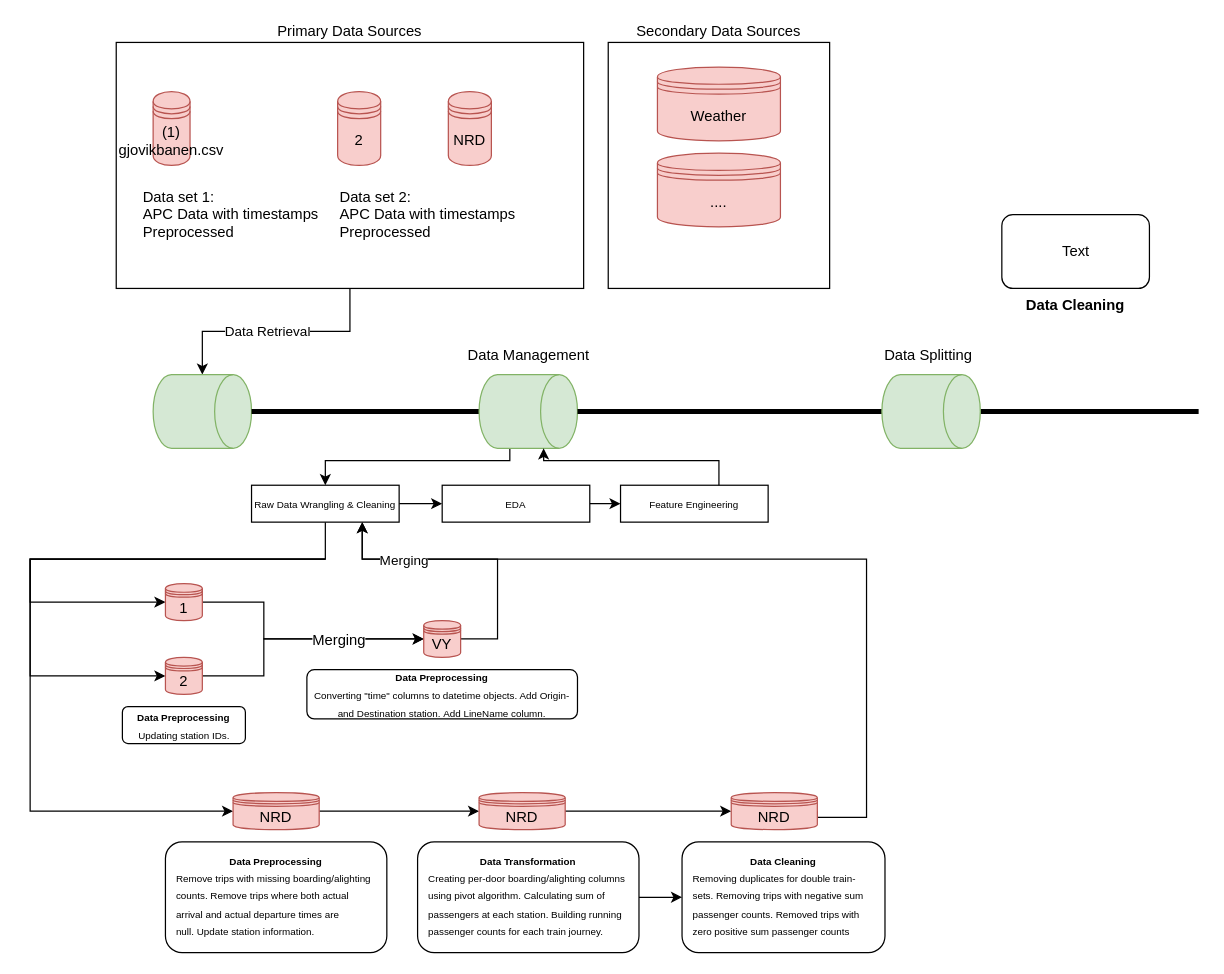
Earlier version of the draw.io diagram page "Pipeline illustreation" (1 of 2) of Untitled Diagram.drawio (andreasolborg/illustrations). Source tidied: cells renumbered, new cells numbered last; positions are measured from the earlier drawing's top-left corner, leaving out a move shared by most shapes. Both pictures are drawn from the tidied source at 123%, with x=0, y=0 at pixel (30, 42).
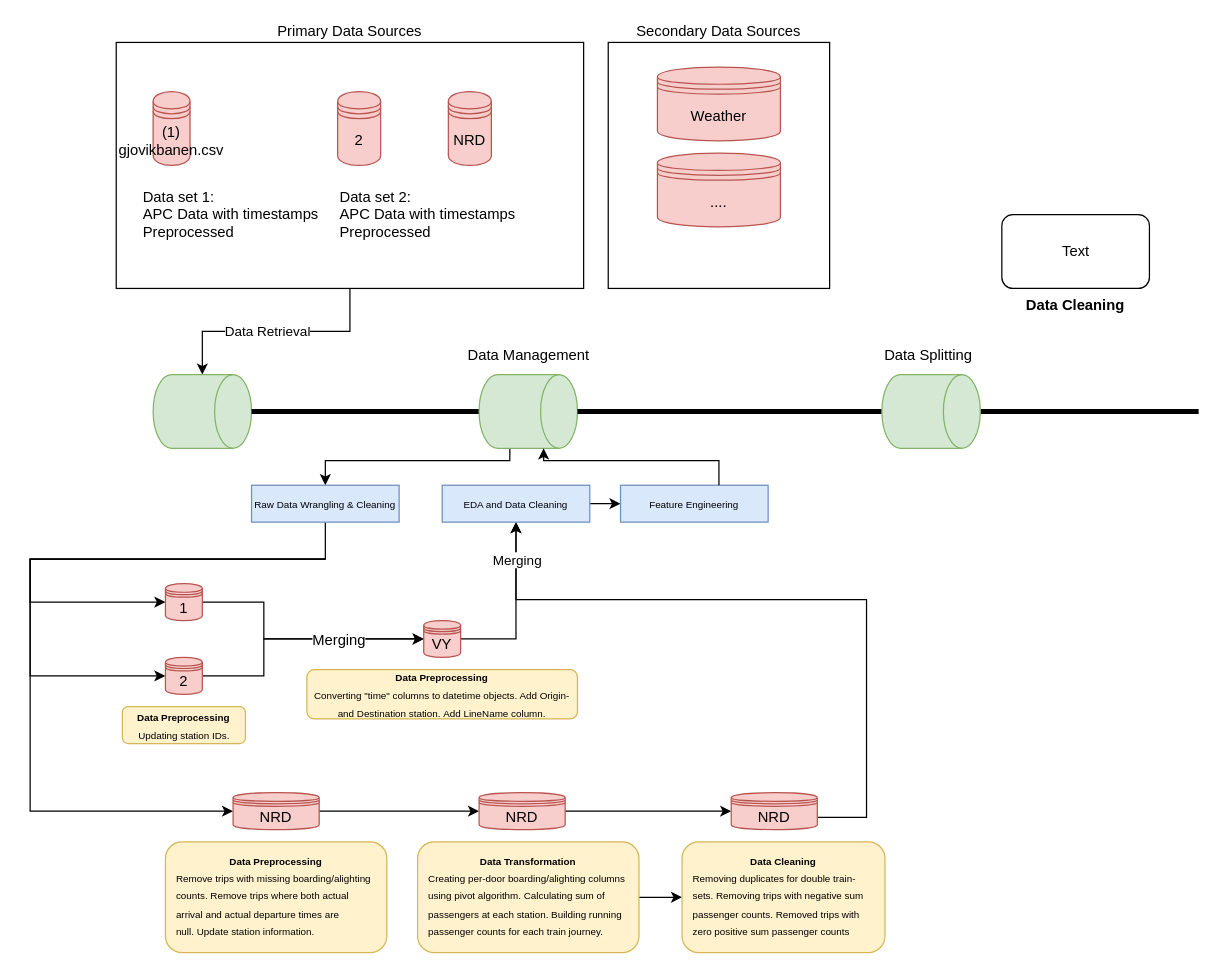
After the change.

The change refers to these unchanged cells:
```xml
<mxCell id="29" value="VY" style="shape=datastore;whiteSpace=wrap;html=1;fillColor=#f8cecc;strokeColor=#b85450;" parent="1" vertex="1">
  <mxGeometry x="320" y="470" width="30" height="30" as="geometry" />
</mxCell>
<mxCell id="46" value="&lt;div&gt;NRD&lt;/div&gt;" style="shape=datastore;whiteSpace=wrap;html=1;fillColor=#f8cecc;strokeColor=#b85450;" parent="1" vertex="1">
  <mxGeometry x="570" y="610" width="70" height="30" as="geometry" />
</mxCell>
```

Diff of the diagram source:
```diff
@@
-    <mxCell id="27" value="&lt;font style=&quot;font-size: 8px;&quot;&gt;&lt;b style=&quot;&quot;&gt;Data Preprocessing&lt;/b&gt;&lt;/font&gt;&lt;div&gt;&lt;div style=&quot;text-align: right;&quot;&gt;&lt;span style=&quot;background-color: transparent; color: light-dark(rgb(0, 0, 0), rgb(255, 255, 255));&quot;&gt;&lt;font style=&quot;font-size: 8px;&quot;&gt;Updating station IDs.&lt;/font&gt;&lt;/span&gt;&lt;/div&gt;&lt;/div&gt;" style="rounded=1;whiteSpace=wrap;html=1;horizontal=1;" parent="1" vertex="1">
+    <mxCell id="27" value="&lt;font style=&quot;font-size: 8px;&quot;&gt;&lt;b style=&quot;&quot;&gt;Data Preprocessing&lt;/b&gt;&lt;/font&gt;&lt;div&gt;&lt;div style=&quot;text-align: right;&quot;&gt;&lt;span style=&quot;background-color: transparent; color: light-dark(rgb(0, 0, 0), rgb(255, 255, 255));&quot;&gt;&lt;font style=&quot;font-size: 8px;&quot;&gt;Updating station IDs.&lt;/font&gt;&lt;/span&gt;&lt;/div&gt;&lt;/div&gt;" style="rounded=1;whiteSpace=wrap;html=1;horizontal=1;fillColor=#fff2cc;strokeColor=#d6b656;" parent="1" vertex="1">
       <mxGeometry x="75" y="540" width="100" height="30" as="geometry" />
     </mxCell>
-    <mxCell id="28" style="edgeStyle=orthogonalEdgeStyle;rounded=0;jettySize=auto;html=1;entryX=0.75;entryY=1;entryDx=0;entryDy=0;flowAnimation=0;jumpStyle=none;" parent="1" edge="1" source="29" target="41">
-      <mxGeometry relative="1" as="geometry">
-        <Array as="points">
-          <mxPoint x="380" y="485" />
-          <mxPoint x="380" y="420" />
-          <mxPoint x="270" y="420" />
-        </Array>
-      </mxGeometry>
-    </mxCell>
+    <mxCell id="55" style="edgeStyle=orthogonalEdgeStyle;rounded=0;jettySize=auto;html=1;exitX=1;exitY=0.5;exitDx=0;exitDy=0;entryX=0.5;entryY=1;entryDx=0;entryDy=0;" parent="1" edge="1" source="29" target="52">
+      <mxGeometry relative="1" as="geometry" />
+    </mxCell>
@@
-    <mxCell id="30" value="&lt;font style=&quot;font-size: 8px;&quot;&gt;&lt;b style=&quot;&quot;&gt;Data Preprocessing&lt;/b&gt;&lt;/font&gt;&lt;div&gt;&lt;div style=&quot;&quot;&gt;&lt;font style=&quot;font-size: 8px;&quot;&gt;Converting &quot;time&quot; columns to datetime objects. Add Origin- and Destination station.&amp;nbsp;&lt;/font&gt;&lt;span style=&quot;font-size: 8px; background-color: transparent; color: light-dark(rgb(0, 0, 0), rgb(255, 255, 255));&quot;&gt;Add LineName column.&lt;/span&gt;&lt;/div&gt;&lt;/div&gt;" style="rounded=1;whiteSpace=wrap;html=1;align=center;" parent="1" vertex="1">
+    <mxCell id="30" value="&lt;font style=&quot;font-size: 8px;&quot;&gt;&lt;b style=&quot;&quot;&gt;Data Preprocessing&lt;/b&gt;&lt;/font&gt;&lt;div&gt;&lt;div style=&quot;&quot;&gt;&lt;font style=&quot;font-size: 8px;&quot;&gt;Converting &quot;time&quot; columns to datetime objects. Add Origin- and Destination station.&amp;nbsp;&lt;/font&gt;&lt;span style=&quot;font-size: 8px; background-color: transparent; color: light-dark(rgb(0, 0, 0), rgb(255, 255, 255));&quot;&gt;Add LineName column.&lt;/span&gt;&lt;/div&gt;&lt;/div&gt;" style="rounded=1;whiteSpace=wrap;html=1;align=center;fillColor=#fff2cc;strokeColor=#d6b656;" parent="1" vertex="1">
       <mxGeometry x="225" y="510" width="220" height="40" as="geometry" />
     </mxCell>
@@
-    <mxCell id="34" value="&lt;font style=&quot;font-size: 8px;&quot;&gt;&lt;b style=&quot;&quot;&gt;Data Preprocessing&lt;/b&gt;&lt;/font&gt;&lt;div&gt;&lt;div style=&quot;&quot;&gt;&lt;div style=&quot;text-align: left;&quot;&gt;&lt;span style=&quot;font-size: 8px;&quot;&gt;Remove trips with missing boarding/alighting counts.&amp;nbsp;&lt;/span&gt;&lt;span style=&quot;background-color: transparent; color: light-dark(rgb(0, 0, 0), rgb(255, 255, 255)); font-size: 8px;&quot;&gt;Remove trips&amp;nbsp;&lt;/span&gt;&lt;span style=&quot;background-color: transparent; color: light-dark(rgb(0, 0, 0), rgb(255, 255, 255)); font-size: 8px;&quot;&gt;where both actual arrival and actual departure times are null.&amp;nbsp;&lt;/span&gt;&lt;span style=&quot;background-color: transparent; color: light-dark(rgb(0, 0, 0), rgb(255, 255, 255)); font-size: 8px;&quot;&gt;Update station information.&lt;/span&gt;&lt;/div&gt;&lt;/div&gt;&lt;/div&gt;" style="rounded=1;whiteSpace=wrap;html=1;horizontal=1;spacing=10;spacingTop=-5;" parent="1" vertex="1">
+    <mxCell id="34" value="&lt;font style=&quot;font-size: 8px;&quot;&gt;&lt;b style=&quot;&quot;&gt;Data Preprocessing&lt;/b&gt;&lt;/font&gt;&lt;div&gt;&lt;div style=&quot;&quot;&gt;&lt;div style=&quot;text-align: left;&quot;&gt;&lt;span style=&quot;font-size: 8px;&quot;&gt;Remove trips with missing boarding/alighting counts.&amp;nbsp;&lt;/span&gt;&lt;span style=&quot;background-color: transparent; color: light-dark(rgb(0, 0, 0), rgb(255, 255, 255)); font-size: 8px;&quot;&gt;Remove trips&amp;nbsp;&lt;/span&gt;&lt;span style=&quot;background-color: transparent; color: light-dark(rgb(0, 0, 0), rgb(255, 255, 255)); font-size: 8px;&quot;&gt;where both actual arrival and actual departure times are null.&amp;nbsp;&lt;/span&gt;&lt;span style=&quot;background-color: transparent; color: light-dark(rgb(0, 0, 0), rgb(255, 255, 255)); font-size: 8px;&quot;&gt;Update station information.&lt;/span&gt;&lt;/div&gt;&lt;/div&gt;&lt;/div&gt;" style="rounded=1;whiteSpace=wrap;html=1;horizontal=1;spacing=10;spacingTop=-5;fillColor=#fff2cc;strokeColor=#d6b656;" parent="1" vertex="1">
       <mxGeometry x="110" y="650" width="180" height="90" as="geometry" />
     </mxCell>
@@
-    <mxCell id="36" value="&lt;font style=&quot;font-size: 8px;&quot;&gt;&lt;b&gt;Data Transformation&lt;/b&gt;&lt;/font&gt;&lt;div&gt;&lt;div style=&quot;&quot;&gt;&lt;div style=&quot;text-align: left;&quot;&gt;&lt;div&gt;&lt;span style=&quot;font-size: 8px;&quot;&gt;Creating per-door boarding/alighting columns using pivot algorithm.&amp;nbsp;&lt;/span&gt;&lt;span style=&quot;background-color: transparent; color: light-dark(rgb(0, 0, 0), rgb(255, 255, 255)); font-size: 8px;&quot;&gt;Calculating sum of passengers at each station.&amp;nbsp;&lt;/span&gt;&lt;span style=&quot;background-color: transparent; color: light-dark(rgb(0, 0, 0), rgb(255, 255, 255)); font-size: 8px;&quot;&gt;Building running passenger counts for each train journey.&lt;/span&gt;&lt;/div&gt;&lt;/div&gt;&lt;/div&gt;&lt;/div&gt;" style="rounded=1;whiteSpace=wrap;html=1;horizontal=1;glass=0;verticalAlign=middle;spacingTop=-5;spacing=10;" parent="1" vertex="1">
+    <mxCell id="36" value="&lt;font style=&quot;font-size: 8px;&quot;&gt;&lt;b&gt;Data Transformation&lt;/b&gt;&lt;/font&gt;&lt;div&gt;&lt;div style=&quot;&quot;&gt;&lt;div style=&quot;text-align: left;&quot;&gt;&lt;div&gt;&lt;span style=&quot;font-size: 8px;&quot;&gt;Creating per-door boarding/alighting columns using pivot algorithm.&amp;nbsp;&lt;/span&gt;&lt;span style=&quot;background-color: transparent; color: light-dark(rgb(0, 0, 0), rgb(255, 255, 255)); font-size: 8px;&quot;&gt;Calculating sum of passengers at each station.&amp;nbsp;&lt;/span&gt;&lt;span style=&quot;background-color: transparent; color: light-dark(rgb(0, 0, 0), rgb(255, 255, 255)); font-size: 8px;&quot;&gt;Building running passenger counts for each train journey.&lt;/span&gt;&lt;/div&gt;&lt;/div&gt;&lt;/div&gt;&lt;/div&gt;" style="rounded=1;whiteSpace=wrap;html=1;horizontal=1;glass=0;verticalAlign=middle;spacingTop=-5;spacing=10;fillColor=#fff2cc;strokeColor=#d6b656;" parent="1" vertex="1">
       <mxGeometry x="315" y="650" width="180" height="90" as="geometry" />
     </mxCell>
-    <mxCell id="37" value="&lt;font style=&quot;font-size: 8px;&quot;&gt;&lt;b style=&quot;&quot;&gt;Data Cleaning&lt;/b&gt;&lt;/font&gt;&lt;div&gt;&lt;div style=&quot;&quot;&gt;&lt;div style=&quot;text-align: left;&quot;&gt;&lt;span style=&quot;font-size: 8px;&quot;&gt;Removing duplicates for double train-sets. Removing trips with negative sum passenger counts. Removed trips with zero positive sum passenger counts&lt;/span&gt;&lt;/div&gt;&lt;/div&gt;&lt;/div&gt;" style="rounded=1;whiteSpace=wrap;html=1;horizontal=1;spacing=10;spacingTop=-5;" parent="1" vertex="1">
+    <mxCell id="37" value="&lt;font style=&quot;font-size: 8px;&quot;&gt;&lt;b style=&quot;&quot;&gt;Data Cleaning&lt;/b&gt;&lt;/font&gt;&lt;div&gt;&lt;div style=&quot;&quot;&gt;&lt;div style=&quot;text-align: left;&quot;&gt;&lt;span style=&quot;font-size: 8px;&quot;&gt;Removing duplicates for double train-sets. Removing trips with negative sum passenger counts. Removed trips with zero positive sum passenger counts&lt;/span&gt;&lt;/div&gt;&lt;/div&gt;&lt;/div&gt;" style="rounded=1;whiteSpace=wrap;html=1;horizontal=1;spacing=10;spacingTop=-5;fillColor=#fff2cc;strokeColor=#d6b656;" parent="1" vertex="1">
       <mxGeometry x="530" y="650" width="165" height="90" as="geometry" />
     </mxCell>
@@
-    <mxCell id="40" style="edgeStyle=orthogonalEdgeStyle;rounded=0;jettySize=auto;html=1;entryX=0;entryY=0.5;entryDx=0;entryDy=0;" parent="1" edge="1" source="41" target="52">
-      <mxGeometry relative="1" as="geometry" />
-    </mxCell>
-    <mxCell id="41" value="&lt;font style=&quot;font-size: 8px;&quot;&gt;Raw Data Wrangling &amp;amp; Cleaning&lt;/font&gt;" style="rounded=0;whiteSpace=wrap;html=1;" parent="1" vertex="1">
+    <mxCell id="41" value="&lt;font style=&quot;font-size: 8px;&quot;&gt;Raw Data Wrangling &amp;amp; Cleaning&lt;/font&gt;" style="rounded=0;whiteSpace=wrap;html=1;fillColor=#dae8fc;strokeColor=#6c8ebf;" parent="1" vertex="1">
       <mxGeometry x="180" y="360" width="120" height="30" as="geometry" />
     </mxCell>
@@
-    <mxCell id="44" style="edgeStyle=orthogonalEdgeStyle;rounded=0;jettySize=auto;html=1;entryX=0.75;entryY=1;entryDx=0;entryDy=0;exitX=1;exitY=0.5;exitDx=0;exitDy=0;" parent="1" edge="1" source="46" target="41">
+    <mxCell id="44" style="edgeStyle=orthogonalEdgeStyle;rounded=0;jettySize=auto;html=1;entryX=0.5;entryY=1;entryDx=0;entryDy=0;exitX=1;exitY=0.5;exitDx=0;exitDy=0;" parent="1" edge="1" source="46" target="52">
       <mxGeometry relative="1" as="geometry">
         <Array as="points">
           <mxPoint x="640" y="630" />
           <mxPoint x="680" y="630" />
-          <mxPoint x="680" y="420" />
-          <mxPoint x="270" y="420" />
+          <mxPoint x="680" y="453" />
+          <mxPoint x="395" y="453" />
         </Array>
       </mxGeometry>
     </mxCell>
     <mxCell id="45" value="Merging" style="edgeLabel;html=1;align=center;verticalAlign=middle;" parent="44" vertex="1">
-      <mxGeometry x="0.82" relative="1" as="geometry" />
+      <mxGeometry x="0.9" relative="1" as="geometry">
+        <mxPoint y="2" as="offset" />
+      </mxGeometry>
     </mxCell>
@@
-    <mxCell id="52" value="&lt;font style=&quot;font-size: 8px;&quot;&gt;EDA&lt;/font&gt;" style="rounded=0;whiteSpace=wrap;html=1;" parent="1" vertex="1">
+    <mxCell id="52" value="&lt;font style=&quot;font-size: 8px;&quot;&gt;EDA and Data Cleaning&lt;/font&gt;" style="rounded=0;whiteSpace=wrap;html=1;fillColor=#dae8fc;strokeColor=#6c8ebf;" parent="1" vertex="1">
       <mxGeometry x="335" y="360" width="120" height="30" as="geometry" />
     </mxCell>
-    <mxCell id="53" value="&lt;font style=&quot;font-size: 8px;&quot;&gt;Feature Engineering&lt;/font&gt;" style="rounded=0;whiteSpace=wrap;html=1;" parent="1" vertex="1">
+    <mxCell id="53" value="&lt;font style=&quot;font-size: 8px;&quot;&gt;Feature Engineering&lt;/font&gt;" style="rounded=0;whiteSpace=wrap;html=1;fillColor=#dae8fc;strokeColor=#6c8ebf;" parent="1" vertex="1">
       <mxGeometry x="480" y="360" width="120" height="30" as="geometry" />
     </mxCell>
```
